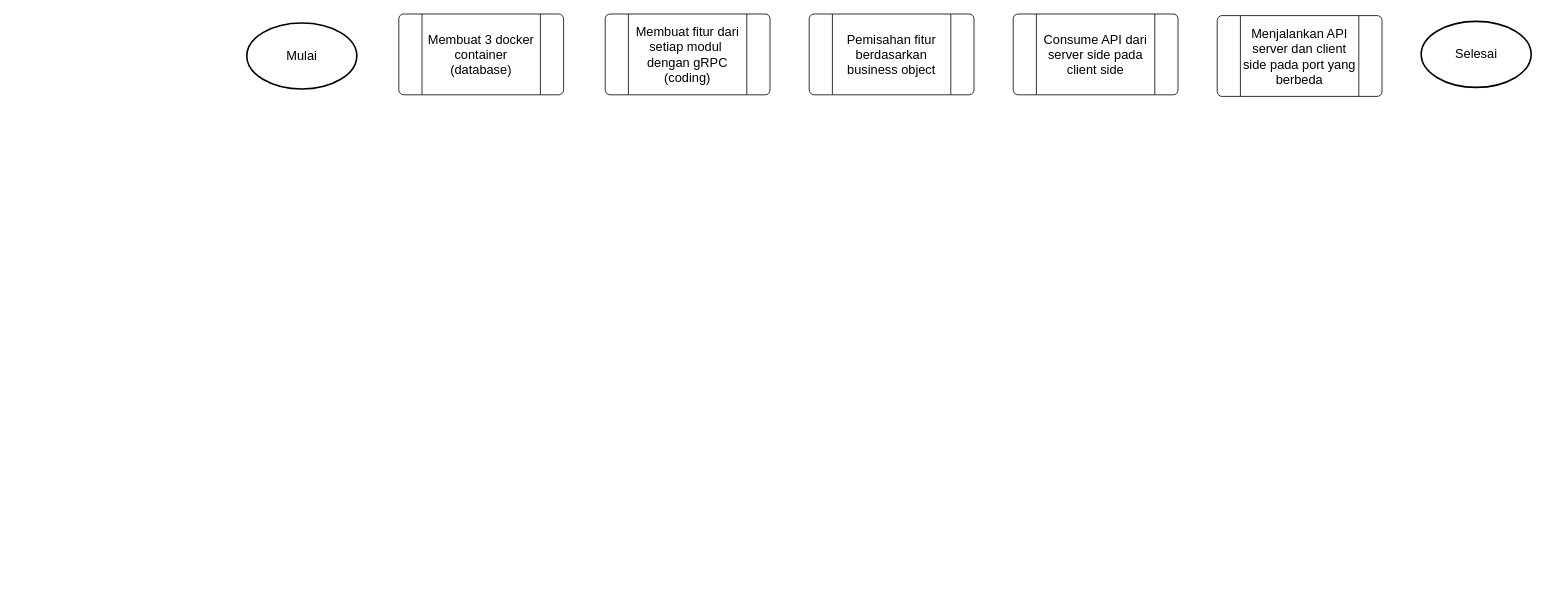
The draw.io diagram page "Page-3" (3 of 3) of problem_1/Untitled Diagram.drawio in Yoga3911/alterra_section_15, before the edit. Source tidied: cells renumbered, new cells numbered last; positions are measured from the earlier drawing's top-left corner, leaving out a move shared by most shapes. Both pictures are drawn from the tidied source at 80%, with x=0, y=0 at pixel (246, 14).
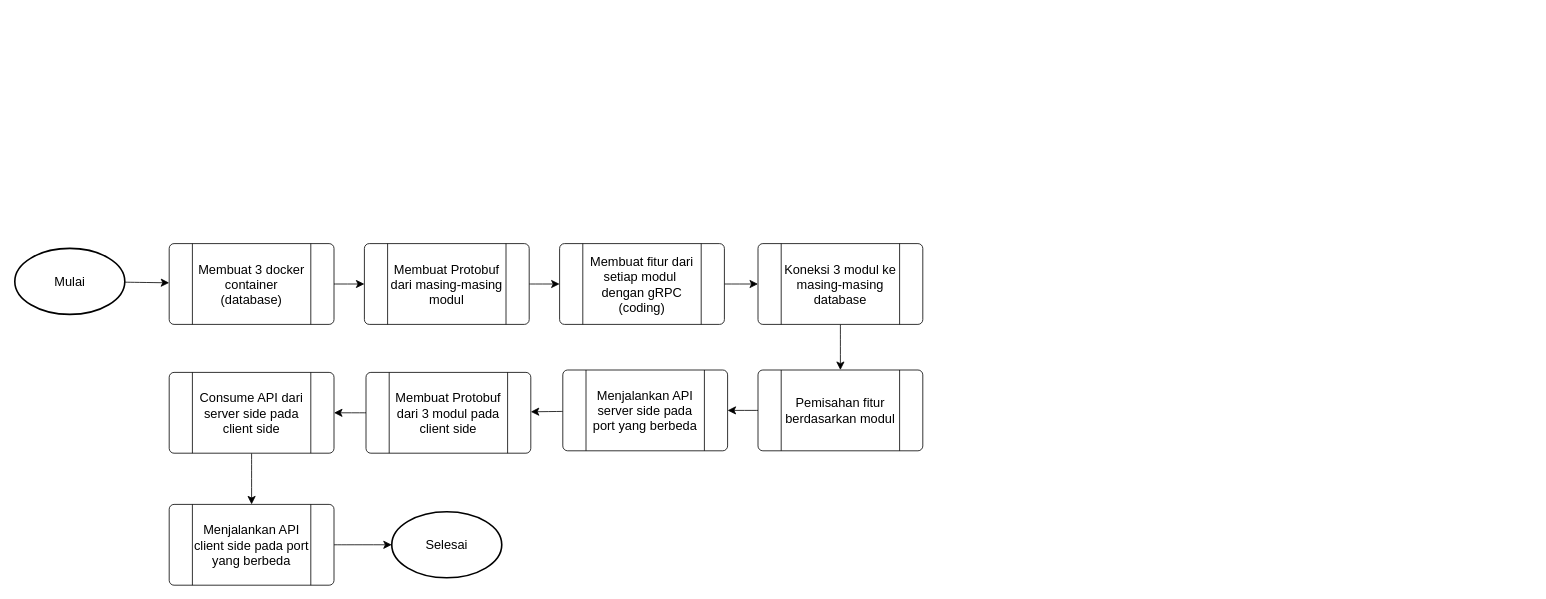
The same diagram, later.

Change to the diagram source:
```diff
@@
+    <mxCell id="9" style="edgeStyle=none;curved=1;rounded=0;jettySize=auto;html=1;fontSize=12;startSize=8;endSize=8;" parent="1" edge="1" source="2" target="16">
+      <mxGeometry relative="1" as="geometry" />
+    </mxCell>
     <mxCell id="2" value="Membuat 3 docker container (database)" style="verticalLabelPosition=middle;verticalAlign=middle;html=1;shape=process;whiteSpace=wrap;rounded=1;size=0.14;arcSize=6;fontSize=16;horizontal=1;labelPosition=center;align=center;" parent="1" vertex="1">
-      <mxGeometry x="190" width="206" height="101" as="geometry" />
+      <mxGeometry x="-97" y="287" width="206" height="101" as="geometry" />
     </mxCell>
+    <mxCell id="10" style="edgeStyle=none;curved=1;rounded=0;jettySize=auto;html=1;fontSize=12;startSize=8;endSize=8;" parent="1" edge="1" source="3" target="2">
+      <mxGeometry relative="1" as="geometry" />
+    </mxCell>
     <mxCell id="3" value="Mulai" style="strokeWidth=2;html=1;shape=mxgraph.flowchart.start_1;whiteSpace=wrap;fontSize=16;" parent="1" vertex="1">
-      <mxGeometry y="11.2" width="137.5" height="82.5" as="geometry" />
+      <mxGeometry x="-290" y="293" width="137.5" height="82.5" as="geometry" />
     </mxCell>
+    <mxCell id="11" style="edgeStyle=none;curved=1;rounded=0;jettySize=auto;html=1;fontSize=12;startSize=8;endSize=8;" parent="1" edge="1" source="4" target="18">
+      <mxGeometry relative="1" as="geometry" />
+    </mxCell>
     <mxCell id="4" value="Membuat fitur dari setiap modul&amp;nbsp; dengan gRPC (coding)" style="verticalLabelPosition=middle;verticalAlign=middle;html=1;shape=process;whiteSpace=wrap;rounded=1;size=0.14;arcSize=6;fontSize=16;horizontal=1;labelPosition=center;align=center;" parent="1" vertex="1">
-      <mxGeometry x="448" width="206" height="101" as="geometry" />
+      <mxGeometry x="391" y="287" width="206" height="101" as="geometry" />
     </mxCell>
+    <mxCell id="12" style="edgeStyle=none;curved=1;rounded=0;jettySize=auto;html=1;fontSize=12;startSize=8;endSize=8;" parent="1" edge="1" source="5" target="20">
+      <mxGeometry relative="1" as="geometry" />
+    </mxCell>
-    <mxCell id="5" value="Pemisahan fitur berdasarkan business object" style="verticalLabelPosition=middle;verticalAlign=middle;html=1;shape=process;whiteSpace=wrap;rounded=1;size=0.14;arcSize=6;fontSize=16;horizontal=1;labelPosition=center;align=center;" parent="1" vertex="1">
-      <mxGeometry x="703" width="206" height="101" as="geometry" />
+    <mxCell id="5" value="Pemisahan fitur berdasarkan modul" style="verticalLabelPosition=middle;verticalAlign=middle;html=1;shape=process;whiteSpace=wrap;rounded=1;size=0.14;arcSize=6;fontSize=16;horizontal=1;labelPosition=center;align=center;" parent="1" vertex="1">
+      <mxGeometry x="639" y="445" width="206" height="101" as="geometry" />
     </mxCell>
+    <mxCell id="13" style="edgeStyle=none;curved=1;rounded=0;jettySize=auto;html=1;fontSize=12;startSize=8;endSize=8;" parent="1" edge="1" source="6" target="7">
+      <mxGeometry relative="1" as="geometry" />
+    </mxCell>
     <mxCell id="6" value="Consume API dari server side pada client side" style="verticalLabelPosition=middle;verticalAlign=middle;html=1;shape=process;whiteSpace=wrap;rounded=1;size=0.14;arcSize=6;fontSize=16;horizontal=1;labelPosition=center;align=center;" parent="1" vertex="1">
-      <mxGeometry x="958" width="206" height="101" as="geometry" />
+      <mxGeometry x="-97" y="448" width="206" height="101" as="geometry" />
     </mxCell>
+    <mxCell id="14" style="edgeStyle=none;curved=1;rounded=0;jettySize=auto;html=1;fontSize=12;startSize=8;endSize=8;" parent="1" edge="1" source="7" target="8">
+      <mxGeometry relative="1" as="geometry" />
+    </mxCell>
-    <mxCell id="7" value="Menjalankan API server dan client side pada port yang berbeda" style="verticalLabelPosition=middle;verticalAlign=middle;html=1;shape=process;whiteSpace=wrap;rounded=1;size=0.14;arcSize=6;fontSize=16;horizontal=1;labelPosition=center;align=center;" parent="1" vertex="1">
-      <mxGeometry x="1213" y="2" width="206" height="101" as="geometry" />
+    <mxCell id="7" value="Menjalankan API client side pada port yang berbeda" style="verticalLabelPosition=middle;verticalAlign=middle;html=1;shape=process;whiteSpace=wrap;rounded=1;size=0.14;arcSize=6;fontSize=16;horizontal=1;labelPosition=center;align=center;" parent="1" vertex="1">
+      <mxGeometry x="-97" y="613" width="206" height="101" as="geometry" />
     </mxCell>
     <mxCell id="8" value="Selesai" style="strokeWidth=2;html=1;shape=mxgraph.flowchart.start_1;whiteSpace=wrap;fontSize=16;" parent="1" vertex="1">
-      <mxGeometry x="1468" y="9.2" width="137.5" height="82.5" as="geometry" />
+      <mxGeometry x="181.2" y="622.2" width="137.5" height="82.5" as="geometry" />
     </mxCell>
+    <mxCell id="15" style="edgeStyle=none;curved=1;rounded=0;jettySize=auto;html=1;fontSize=12;startSize=8;endSize=8;" parent="1" edge="1" source="16" target="4">
+      <mxGeometry relative="1" as="geometry" />
+    </mxCell>
+    <mxCell id="16" value="Membuat Protobuf dari masing-masing modul" style="verticalLabelPosition=middle;verticalAlign=middle;html=1;shape=process;whiteSpace=wrap;rounded=1;size=0.14;arcSize=6;fontSize=16;horizontal=1;labelPosition=center;align=center;" parent="1" vertex="1">
+      <mxGeometry x="147" y="287" width="206" height="101" as="geometry" />
+    </mxCell>
+    <mxCell id="17" style="edgeStyle=none;curved=1;rounded=0;jettySize=auto;html=1;fontSize=12;startSize=8;endSize=8;" parent="1" edge="1" source="18" target="5">
+      <mxGeometry relative="1" as="geometry" />
+    </mxCell>
+    <mxCell id="18" value="Koneksi 3 modul ke masing-masing database" style="verticalLabelPosition=middle;verticalAlign=middle;html=1;shape=process;whiteSpace=wrap;rounded=1;size=0.14;arcSize=6;fontSize=16;horizontal=1;labelPosition=center;align=center;" parent="1" vertex="1">
+      <mxGeometry x="639" y="287" width="206" height="101" as="geometry" />
+    </mxCell>
+    <mxCell id="19" style="edgeStyle=none;curved=1;rounded=0;jettySize=auto;html=1;fontSize=12;startSize=8;endSize=8;" parent="1" edge="1" source="20" target="22">
+      <mxGeometry relative="1" as="geometry" />
+    </mxCell>
+    <mxCell id="20" value="Menjalankan API server side pada port yang berbeda" style="verticalLabelPosition=middle;verticalAlign=middle;html=1;shape=process;whiteSpace=wrap;rounded=1;size=0.14;arcSize=6;fontSize=16;horizontal=1;labelPosition=center;align=center;" parent="1" vertex="1">
+      <mxGeometry x="395" y="445" width="206" height="101" as="geometry" />
+    </mxCell>
+    <mxCell id="21" style="edgeStyle=none;curved=1;rounded=0;jettySize=auto;html=1;fontSize=12;startSize=8;endSize=8;" parent="1" edge="1" source="22" target="6">
+      <mxGeometry relative="1" as="geometry" />
+    </mxCell>
+    <mxCell id="22" value="Membuat Protobuf dari 3 modul pada client side" style="verticalLabelPosition=middle;verticalAlign=middle;html=1;shape=process;whiteSpace=wrap;rounded=1;size=0.14;arcSize=6;fontSize=16;horizontal=1;labelPosition=center;align=center;" parent="1" vertex="1">
+      <mxGeometry x="149" y="448" width="206" height="101" as="geometry" />
+    </mxCell>
```
